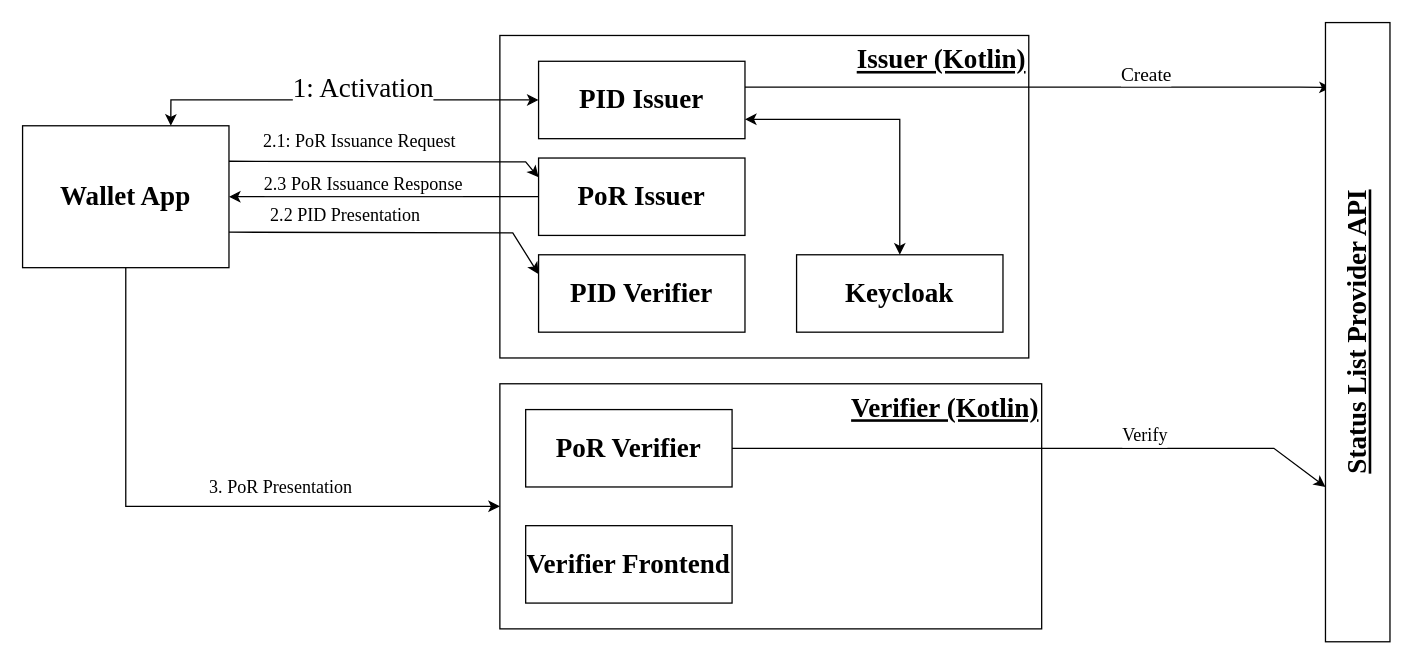
The draw.io diagram Untitled Diagram.drawio in noxxious/eudi-app-android-wallet-ui, before the edit. Source tidied: cells renumbered, new cells numbered last; positions are measured from the earlier drawing's top-left corner, leaving out a move shared by most shapes. Both pictures are drawn from the tidied source at 129%, with x=0, y=0 at pixel (22, 22).
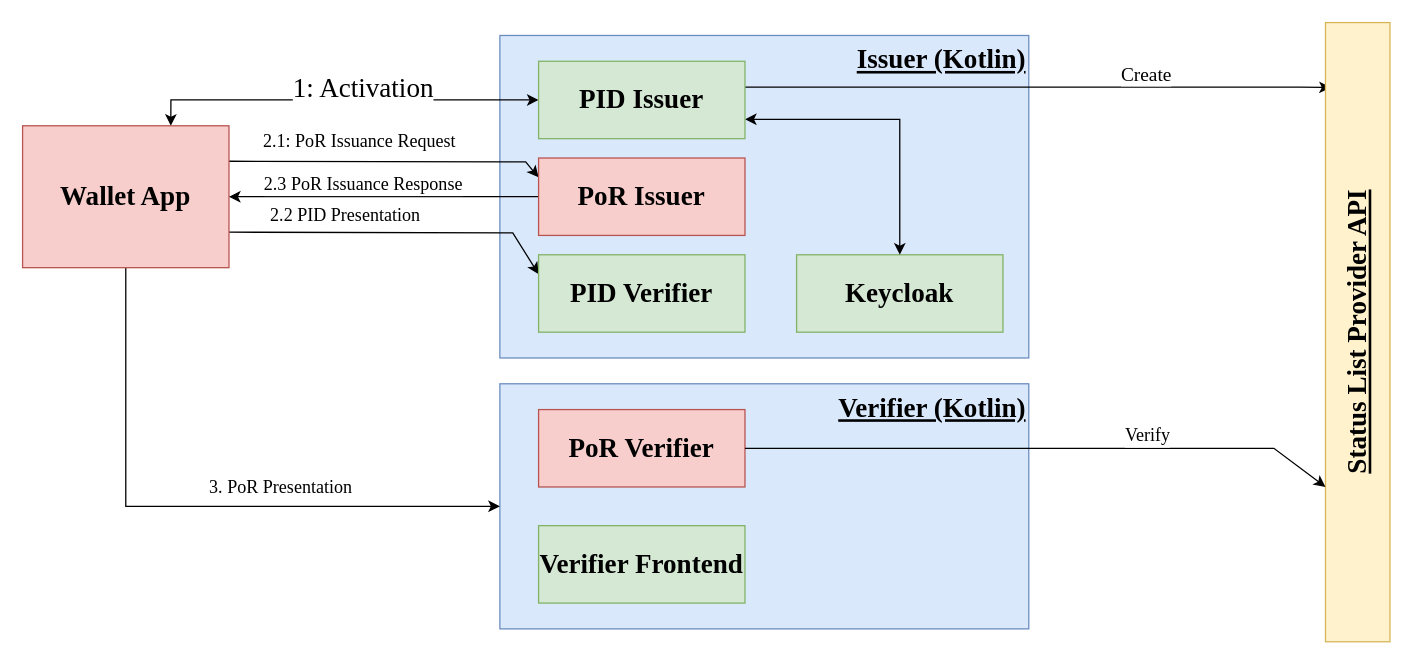
The same page after the edit.

Commit message:
chore: styling on the diagram

Change to the diagram source:
```diff
@@
-    <mxCell id="2" value="Verifier (Kotlin)" style="rounded=0;whiteSpace=wrap;html=1;align=right;verticalAlign=top;fontFamily=Times New Roman;fontSize=21;fontStyle=5;" parent="1" vertex="1">
-      <mxGeometry x="370" y="280" width="420" height="190" as="geometry" />
+    <mxCell id="2" value="Verifier (Kotlin)" style="rounded=0;whiteSpace=wrap;html=1;align=right;verticalAlign=top;fontFamily=Times New Roman;fontSize=21;fontStyle=5;fillColor=#dae8fc;strokeColor=#6c8ebf;" parent="1" vertex="1">
+      <mxGeometry x="370" y="280" width="410" height="190" as="geometry" />
     </mxCell>
-    <mxCell id="3" value="Issuer (Kotlin)" style="rounded=0;whiteSpace=wrap;html=1;align=right;verticalAlign=top;fontFamily=Times New Roman;fontSize=21;fontStyle=5;" parent="1" vertex="1">
+    <mxCell id="3" value="Issuer (Kotlin)" style="rounded=0;whiteSpace=wrap;html=1;align=right;verticalAlign=top;fontFamily=Times New Roman;fontSize=21;fontStyle=5;fillColor=#dae8fc;strokeColor=#6c8ebf;" parent="1" vertex="1">
       <mxGeometry x="370" y="10" width="410" height="250" as="geometry" />
     </mxCell>
@@
-    <mxCell id="11" value="Wallet App" style="rounded=0;whiteSpace=wrap;html=1;fontFamily=Times New Roman;fontSize=21;fontStyle=1;" parent="1" vertex="1">
+    <mxCell id="11" value="Wallet App" style="rounded=0;whiteSpace=wrap;html=1;fontFamily=Times New Roman;fontSize=21;fontStyle=1;fillColor=#f8cecc;strokeColor=#b85450;" parent="1" vertex="1">
       <mxGeometry y="80" width="160" height="110" as="geometry" />
     </mxCell>
-    <mxCell id="12" value="Keycloak" style="rounded=0;whiteSpace=wrap;html=1;fontFamily=Times New Roman;fontSize=21;fontStyle=1;" parent="1" vertex="1">
+    <mxCell id="12" value="Keycloak" style="rounded=0;whiteSpace=wrap;html=1;fontFamily=Times New Roman;fontSize=21;fontStyle=1;fillColor=#d5e8d4;strokeColor=#82b366;" parent="1" vertex="1">
       <mxGeometry x="600" y="180" width="160" height="60" as="geometry" />
     </mxCell>
@@
-    <mxCell id="15" value="PID Issuer" style="rounded=0;whiteSpace=wrap;html=1;fontFamily=Times New Roman;fontSize=21;fontStyle=1;" parent="1" vertex="1">
+    <mxCell id="15" value="PID Issuer" style="rounded=0;whiteSpace=wrap;html=1;fontFamily=Times New Roman;fontSize=21;fontStyle=1;fillColor=#d5e8d4;strokeColor=#82b366;" parent="1" vertex="1">
       <mxGeometry x="400" y="30" width="160" height="60" as="geometry" />
     </mxCell>
-    <mxCell id="16" value="PID Verifier" style="rounded=0;whiteSpace=wrap;html=1;fontFamily=Times New Roman;fontSize=21;fontStyle=1;" parent="1" vertex="1">
+    <mxCell id="16" value="PID Verifier" style="rounded=0;whiteSpace=wrap;html=1;fontFamily=Times New Roman;fontSize=21;fontStyle=1;fillColor=#d5e8d4;strokeColor=#82b366;" parent="1" vertex="1">
       <mxGeometry x="400" y="180" width="160" height="60" as="geometry" />
     </mxCell>
@@
-    <mxCell id="19" value="PoR Issuer" style="rounded=0;whiteSpace=wrap;html=1;fontFamily=Times New Roman;fontSize=21;fontStyle=1;" parent="1" vertex="1">
+    <mxCell id="19" value="PoR Issuer" style="rounded=0;whiteSpace=wrap;html=1;fontFamily=Times New Roman;fontSize=21;fontStyle=1;fillColor=#f8cecc;strokeColor=#b85450;" parent="1" vertex="1">
       <mxGeometry x="400" y="105" width="160" height="60" as="geometry" />
     </mxCell>
-    <mxCell id="20" value="PoR Verifier" style="rounded=0;whiteSpace=wrap;html=1;fontFamily=Times New Roman;fontSize=21;fontStyle=1;" parent="1" vertex="1">
-      <mxGeometry x="390" y="300" width="160" height="60" as="geometry" />
+    <mxCell id="20" value="PoR Verifier" style="rounded=0;whiteSpace=wrap;html=1;fontFamily=Times New Roman;fontSize=21;fontStyle=1;fillColor=#f8cecc;strokeColor=#b85450;" parent="1" vertex="1">
+      <mxGeometry x="400" y="300" width="160" height="60" as="geometry" />
     </mxCell>
-    <mxCell id="21" value="Verifier Frontend" style="rounded=0;whiteSpace=wrap;html=1;fontFamily=Times New Roman;fontSize=21;fontStyle=1;" parent="1" vertex="1">
-      <mxGeometry x="390" y="390" width="160" height="60" as="geometry" />
+    <mxCell id="21" value="Verifier Frontend" style="rounded=0;whiteSpace=wrap;html=1;fontFamily=Times New Roman;fontSize=21;fontStyle=1;fillColor=#d5e8d4;strokeColor=#82b366;" parent="1" vertex="1">
+      <mxGeometry x="400" y="390" width="160" height="60" as="geometry" />
     </mxCell>
-    <mxCell id="22" value="Status List Provider API " style="rounded=0;whiteSpace=wrap;html=1;align=center;verticalAlign=middle;fontFamily=Times New Roman;fontSize=21;fontStyle=5;direction=east;horizontal=0;" parent="1" vertex="1">
+    <mxCell id="22" value="Status List Provider API " style="rounded=0;whiteSpace=wrap;html=1;align=center;verticalAlign=middle;fontFamily=Times New Roman;fontSize=21;fontStyle=5;direction=east;horizontal=0;fillColor=#fff2cc;strokeColor=#d6b656;" parent="1" vertex="1">
       <mxGeometry x="1010" width="50" height="480" as="geometry" />
     </mxCell>
```
